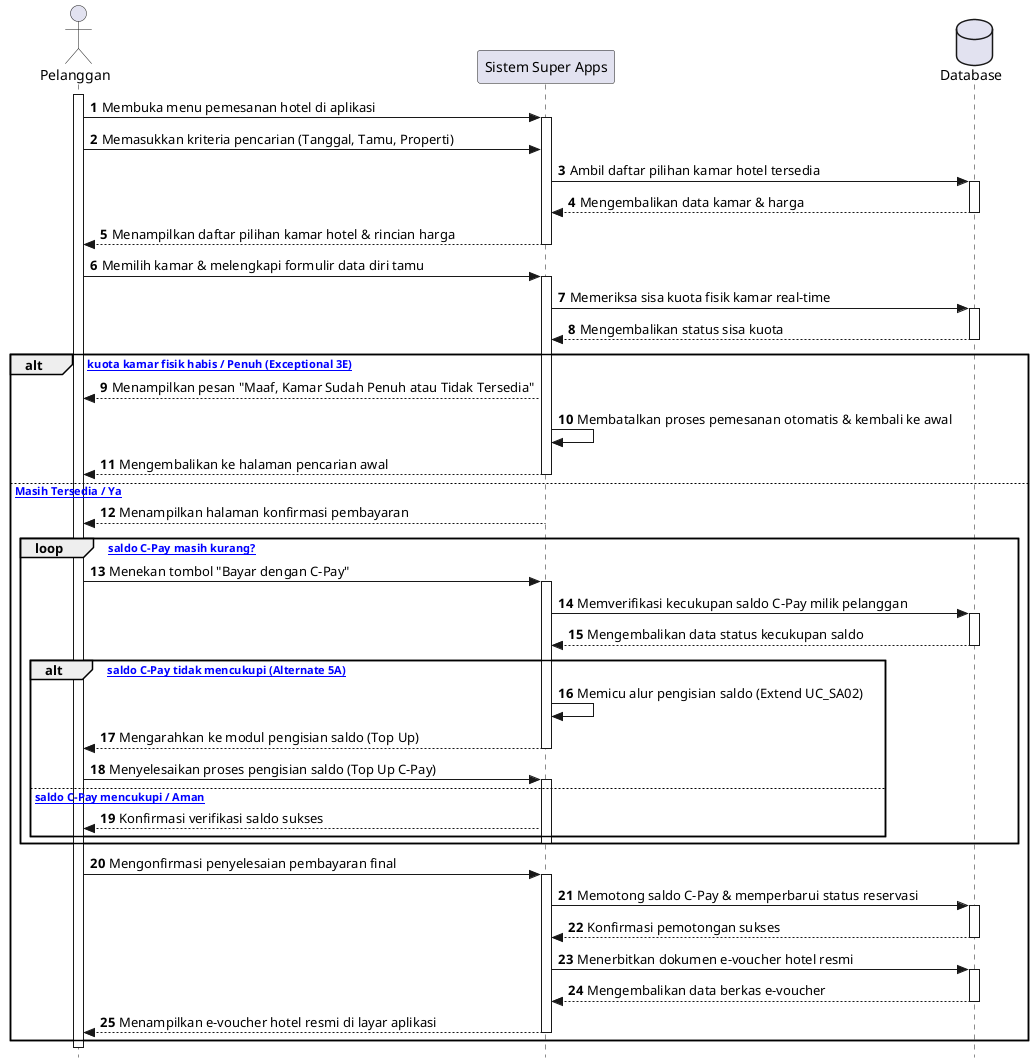
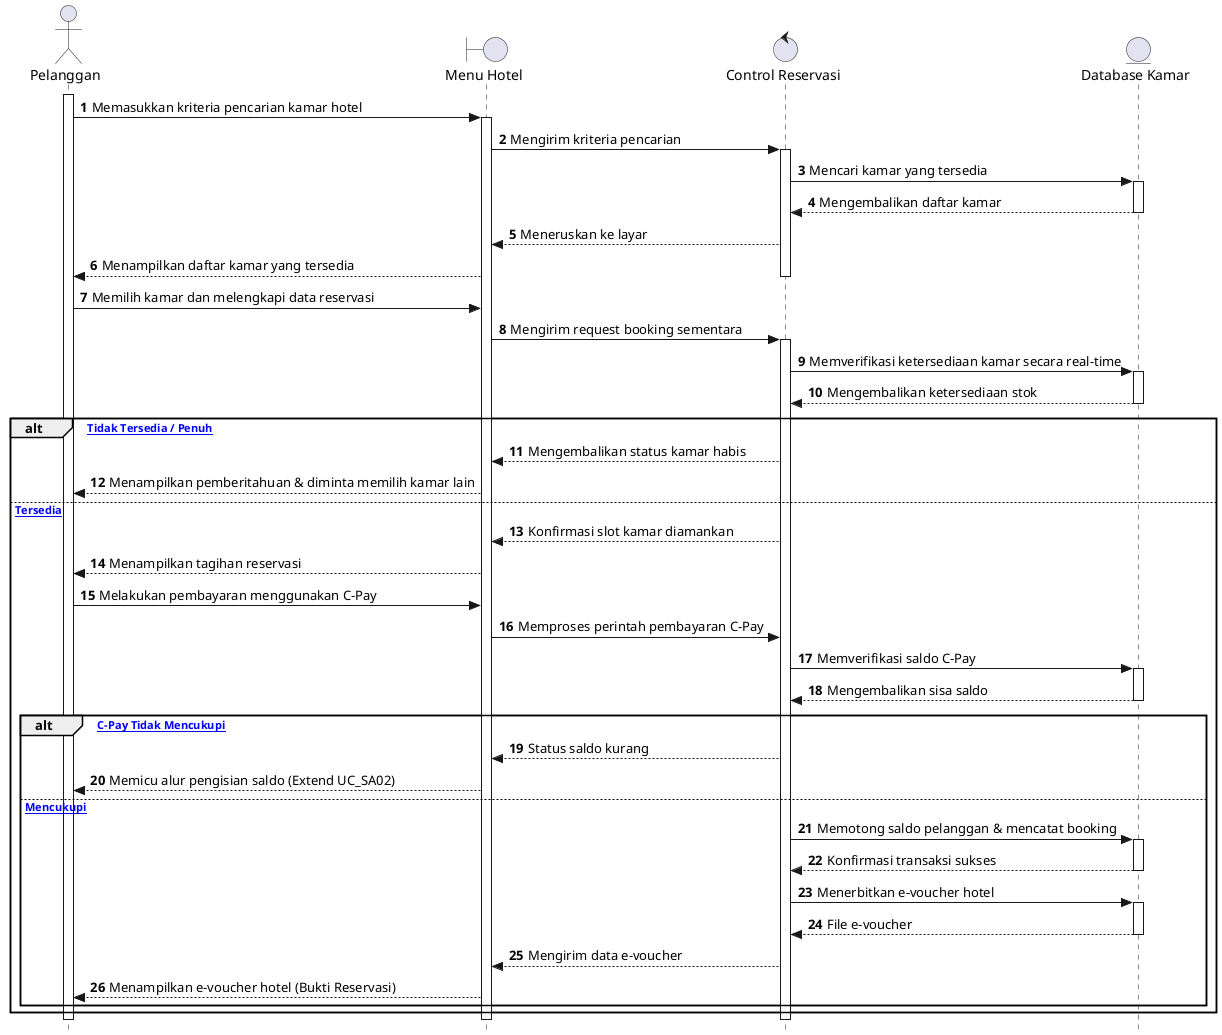
@startuml
autonumber
skinparam style strictuml

actor Pelanggan
- participant "Sistem Super Apps" as App
- database "Database" as DB
+ boundary "Menu Hotel" as Form
+ control "Control Reservasi" as Ctrl
+ entity "Database Kamar" as DB

activate Pelanggan
- Pelanggan -> App: Membuka menu pemesanan hotel di aplikasi
- activate App
- Pelanggan -> App: Memasukkan kriteria pencarian (Tanggal, Tamu, Properti)
- App -> DB: Ambil daftar pilihan kamar hotel tersedia
+ Pelanggan -> Form: Memasukkan kriteria pencarian kamar hotel
+ activate Form
+ Form -> Ctrl: Mengirim kriteria pencarian
+ activate Ctrl
+ Ctrl -> DB: Mencari kamar yang tersedia
activate DB
- DB --> App: Mengembalikan data kamar & harga
+ DB --> Ctrl: Mengembalikan daftar kamar
deactivate DB
- App --> Pelanggan: Menampilkan daftar pilihan kamar hotel & rincian harga
- deactivate App
+ Ctrl --> Form: Meneruskan ke layar
+ Form --> Pelanggan: Menampilkan daftar kamar yang tersedia
+ deactivate Ctrl

- Pelanggan -> App: Memilih kamar & melengkapi formulir data diri tamu
- activate App
- App -> DB: Memeriksa sisa kuota fisik kamar real-time
+ Pelanggan -> Form: Memilih kamar dan melengkapi data reservasi
+ Form -> Ctrl: Mengirim request booking sementara
+ activate Ctrl
+ Ctrl -> DB: Memverifikasi ketersediaan kamar secara real-time
activate DB
- DB --> App: Mengembalikan status sisa kuota
+ DB --> Ctrl: Mengembalikan ketersediaan stok
deactivate DB

- alt [Sisa kuota kamar fisik habis / Penuh (Exceptional 3E)]
-     App --> Pelanggan: Menampilkan pesan "Maaf, Kamar Sudah Penuh atau Tidak Tersedia"
-     App -> App: Membatalkan proses pemesanan otomatis & kembali ke awal
-     App --> Pelanggan: Mengembalikan ke halaman pencarian awal
-     deactivate App
- else [Kamar Masih Tersedia / Ya]
-     App --> Pelanggan: Menampilkan halaman konfirmasi pembayaran
-     deactivate App
+ alt [Kamar Tidak Tersedia / Penuh]
+     Ctrl --> Form: Mengembalikan status kamar habis
+     Form --> Pelanggan: Menampilkan pemberitahuan & diminta memilih kamar lain
+ else [Kamar Tersedia]
+     Ctrl --> Form: Konfirmasi slot kamar diamankan
+     Form --> Pelanggan: Menampilkan tagihan reservasi
+     Pelanggan -> Form: Melakukan pembayaran menggunakan C-Pay
+     Form -> Ctrl: Memproses perintah pembayaran C-Pay
+     Ctrl -> DB: Memverifikasi saldo C-Pay
+     activate DB
+     DB --> Ctrl: Mengembalikan sisa saldo
+     deactivate DB

-     loop [Apakah saldo C-Pay masih kurang?]
-         Pelanggan -> App: Menekan tombol "Bayar dengan C-Pay"
-         activate App
-         App -> DB: Memverifikasi kecukupan saldo C-Pay milik pelanggan
+     alt [Saldo C-Pay Tidak Mencukupi]
+         Ctrl --> Form: Status saldo kurang
+         Form --> Pelanggan: Memicu alur pengisian saldo (Extend UC_SA02)
+     else [Saldo Mencukupi]
+         Ctrl -> DB: Memotong saldo pelanggan & mencatat booking
        activate DB
-         DB --> App: Mengembalikan data status kecukupan saldo
+         DB --> Ctrl: Konfirmasi transaksi sukses
        deactivate DB
- 
-         alt [Jumlah saldo C-Pay tidak mencukupi (Alternate 5A)]
-             App -> App: Memicu alur pengisian saldo (Extend UC_SA02)
-             App --> Pelanggan: Mengarahkan ke modul pengisian saldo (Top Up)
-             deactivate App
-             Pelanggan -> App: Menyelesaikan proses pengisian saldo (Top Up C-Pay)
-             activate App
-         else [Jumlah saldo C-Pay mencukupi / Aman]
-             App --> Pelanggan: Konfirmasi verifikasi saldo sukses
-         end
-         deactivate App
+         Ctrl -> DB: Menerbitkan e-voucher hotel
+         activate DB
+         DB --> Ctrl: File e-voucher
+         deactivate DB
+         Ctrl --> Form: Mengirim data e-voucher
+         Form --> Pelanggan: Menampilkan e-voucher hotel (Bukti Reservasi)
    end
- 
-     Pelanggan -> App: Mengonfirmasi penyelesaian pembayaran final
-     activate App
-     App -> DB: Memotong saldo C-Pay & memperbarui status reservasi
-     activate DB
-     DB --> App: Konfirmasi pemotongan sukses
-     deactivate DB
-     App -> DB: Menerbitkan dokumen e-voucher hotel resmi
-     activate DB
-     DB --> App: Mengembalikan data berkas e-voucher
-     deactivate DB
-     App --> Pelanggan: Menampilkan e-voucher hotel resmi di layar aplikasi
-     deactivate App
end

+ deactivate Ctrl
+ deactivate Form
deactivate Pelanggan
@enduml